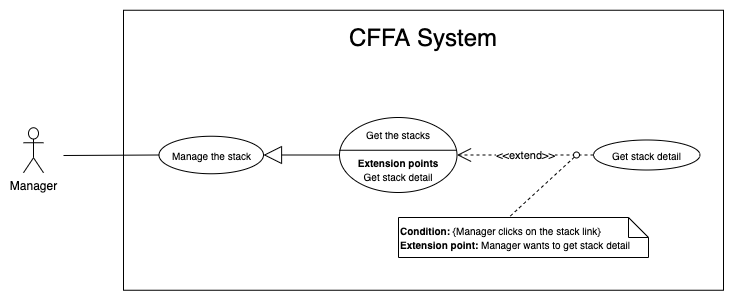
Before: Users/HuuDN/UsecaseDiagram/Manager/Overview-GetStackDetail.png, a diagram exported from draw.io (luannmdev/CapstoneDocument). Source tidied: cells renumbered, new cells last; positions are measured from the earlier drawing's top-left corner, leaving out a move shared by most shapes.
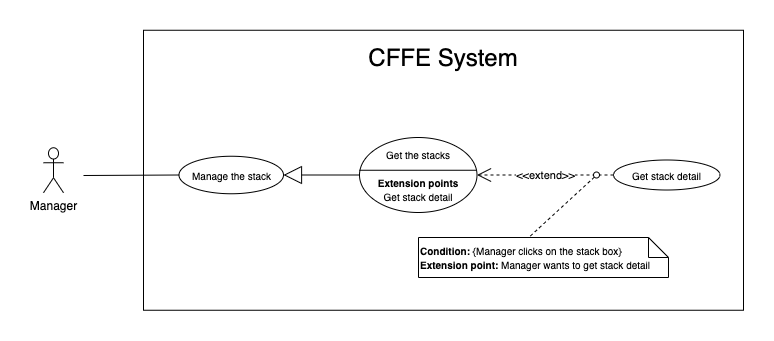
Later version of the same file.

Diff of the diagram source:
```diff
@@ -5,7 +5,7 @@
     <mxCell id="2" style="rounded=0;whiteSpace=wrap;html=1;" parent="1" vertex="1">
       <mxGeometry x="100" y="-0.2" width="600" height="280" as="geometry" />
     </mxCell>
-    <mxCell id="3" value="&lt;span style=&quot;font-size: 24px&quot;&gt;CFFA System&lt;/span&gt;" style="text;html=1;strokeColor=none;fillColor=none;align=center;verticalAlign=middle;whiteSpace=wrap;rounded=0;" parent="1" vertex="1">
+    <mxCell id="3" value="&lt;span style=&quot;font-size: 24px&quot;&gt;CFFE System&lt;/span&gt;" style="text;html=1;strokeColor=none;fillColor=none;align=center;verticalAlign=middle;whiteSpace=wrap;rounded=0;" parent="1" vertex="1">
       <mxGeometry x="235" y="17" width="330" height="20" as="geometry" />
     </mxCell>
     <mxCell id="4" value="Manager" style="shape=umlActor;verticalLabelPosition=bottom;verticalAlign=top;html=1;" parent="1" vertex="1">
@@ -28,7 +28,7 @@
     <mxCell id="9" value="&amp;lt;&amp;lt;extend&amp;gt;&amp;gt;" style="endArrow=open;endSize=12;dashed=1;html=1;exitX=0;exitY=0.5;exitDx=0;exitDy=0;" parent="1" edge="1" source="8" target="6">
       <mxGeometry relative="1" as="geometry" />
     </mxCell>
-    <mxCell id="10" value="&lt;font style=&quot;font-size: 10px&quot;&gt;&lt;b&gt;Condition: &lt;/b&gt;{Manager clicks on the&amp;nbsp;&lt;span style=&quot;text-align: center&quot;&gt;stack&lt;/span&gt;&amp;nbsp;link}&lt;br&gt;&lt;b&gt;Extension point:&amp;nbsp;&lt;/b&gt;Manager&amp;nbsp;wants to get&amp;nbsp;&lt;span style=&quot;text-align: center&quot;&gt;stack&lt;/span&gt;&amp;nbsp;detail&lt;/font&gt;" style="shape=note;size=20;whiteSpace=wrap;html=1;align=left;" parent="1" vertex="1">
+    <mxCell id="10" value="&lt;font style=&quot;font-size: 10px&quot;&gt;&lt;b&gt;Condition: &lt;/b&gt;{Manager clicks on the&amp;nbsp;&lt;span style=&quot;text-align: center&quot;&gt;stack&lt;/span&gt;&amp;nbsp;box}&lt;br&gt;&lt;b&gt;Extension point:&amp;nbsp;&lt;/b&gt;Manager&amp;nbsp;wants to get&amp;nbsp;&lt;span style=&quot;text-align: center&quot;&gt;stack&lt;/span&gt;&amp;nbsp;detail&lt;/font&gt;" style="shape=note;size=20;whiteSpace=wrap;html=1;align=left;" parent="1" vertex="1">
       <mxGeometry x="375" y="207" width="250" height="40" as="geometry" />
     </mxCell>
     <mxCell id="11" style="endArrow=none;dashed=1;html=1;entryX=0.441;entryY=0;entryDx=0;entryDy=0;entryPerimeter=0;exitX=0;exitY=1;exitDx=0;exitDy=0;" parent="1" edge="1" source="12" target="10">
```
